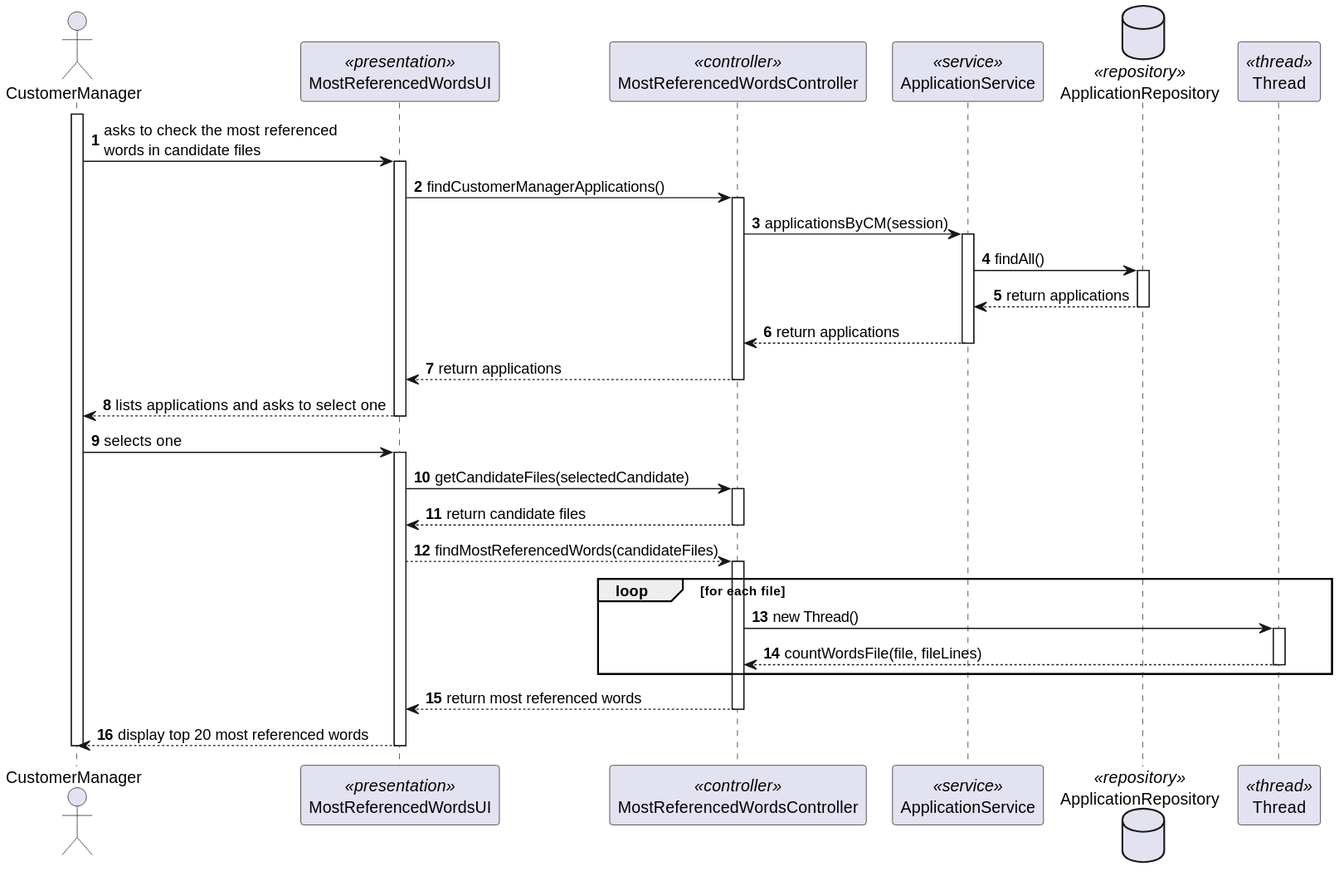
This is docs/SprintC/13-present-most-referenced-words/sequence-diagram.svg from MiguelCardoso77/LAPR4, a PlantUML export, as it was before one commit. The source it was exported from:
```plantuml
@startuml
autonumber

actor CustomerManager

participant MostReferencedWordsUI <<presentation>>
participant MostReferencedWordsController <<controller>>

participant ApplicationService <<service>>
database ApplicationRepository <<repository>>

participant Thread <<thread>>

activate CustomerManager

    CustomerManager -> MostReferencedWordsUI : asks to check the most referenced \nwords in candidate files
    activate MostReferencedWordsUI

        MostReferencedWordsUI -> MostReferencedWordsController : findCustomerManagerApplications()
        activate MostReferencedWordsController

            MostReferencedWordsController -> ApplicationService : applicationsByCM(session)
            activate ApplicationService

                ApplicationService -> ApplicationRepository : findAll()
                activate ApplicationRepository

                    ApplicationRepository --> ApplicationService : return applications
                deactivate ApplicationRepository

                ApplicationService --> MostReferencedWordsController : return applications
            deactivate ApplicationService

            MostReferencedWordsController --> MostReferencedWordsUI : return applications
        deactivate MostReferencedWordsController

        MostReferencedWordsUI --> CustomerManager : lists applications and asks to select one
    deactivate MostReferencedWordsUI

    CustomerManager -> MostReferencedWordsUI : selects one
    activate MostReferencedWordsUI

        MostReferencedWordsUI -> MostReferencedWordsController : getCandidateFiles(selectedCandidate)
        activate MostReferencedWordsController

            MostReferencedWordsController --> MostReferencedWordsUI : return candidate files
        deactivate MostReferencedWordsController

        MostReferencedWordsUI --> MostReferencedWordsController : findMostReferencedWords(candidateFiles)
        activate MostReferencedWordsController

loop for each file

            MostReferencedWordsController -> Thread : new Thread()
            activate Thread

                Thread --> MostReferencedWordsController : countWordsFile(file, fileLines)
            deactivate Thread

end loop

            MostReferencedWordsController --> MostReferencedWordsUI : return most referenced words
        deactivate MostReferencedWordsController

        MostReferencedWordsUI --> CustomerManager : display top 20 most referenced words
    deactivate MostReferencedWordsUI

deactivate CustomerManager
@enduml
```
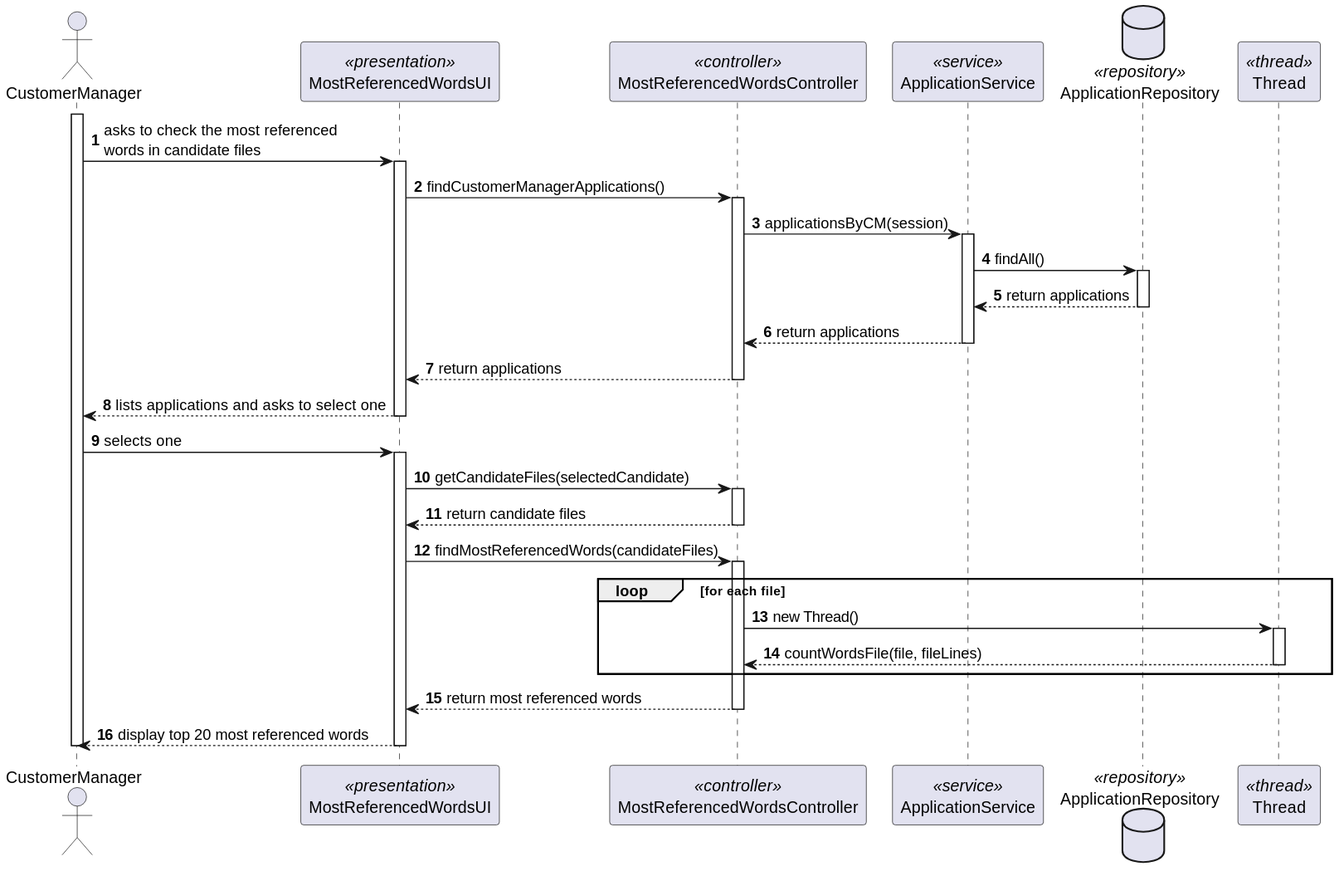
Above is the later version.

The edit, as a diff of the source:
```diff
@@ -46,7 +46,7 @@
             MostReferencedWordsController --> MostReferencedWordsUI : return candidate files
         deactivate MostReferencedWordsController
 
-        MostReferencedWordsUI --> MostReferencedWordsController : findMostReferencedWords(candidateFiles)
+        MostReferencedWordsUI -> MostReferencedWordsController : findMostReferencedWords(candidateFiles)
         activate MostReferencedWordsController
 
 loop for each file
```
